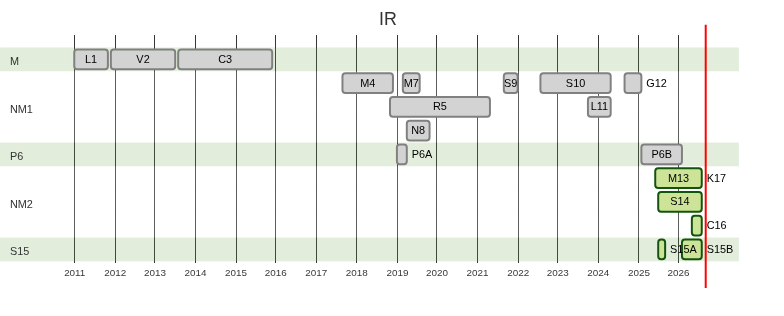
Above: content/notes/ir/irg.png in nikthink/nikthink.net (Mermaid), before the change. Its source is kept beside it as content/notes/ir/irg.mmd.
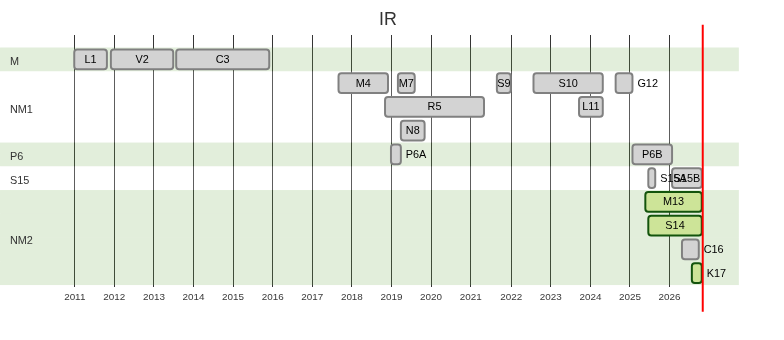
The same file after the commit.

What changed in the source:
```diff
@@ -26,11 +26,11 @@
     section P6
         P6A   : done,   2019-01, 2019-04
         P6B   : done,   2025-02, 2026-02
+    section S15
+        S15A  : done,   2025-07, 2025-09
+        S15B  : done,   2026-02, 2026-11
     section NM2
-        M13   : active, 2025-06, 2026-08
-        S14   : active, 2025-07, 2026-08
-        C16   : active, 2026-05, 2026-08
-        K17   : active, 2026-08, 2026-08
-    section S15
-        S15A  : active, 2025-07, 2025-09
-        S15B  : active, 2026-02, 2026-08
+        C16   : done  , 2026-05, 2026-10
+        M13   : active, 2025-06, 2026-11
+        S14   : active, 2025-07, 2026-11
+        K17   : active, 2026-08, 2026-11
```
